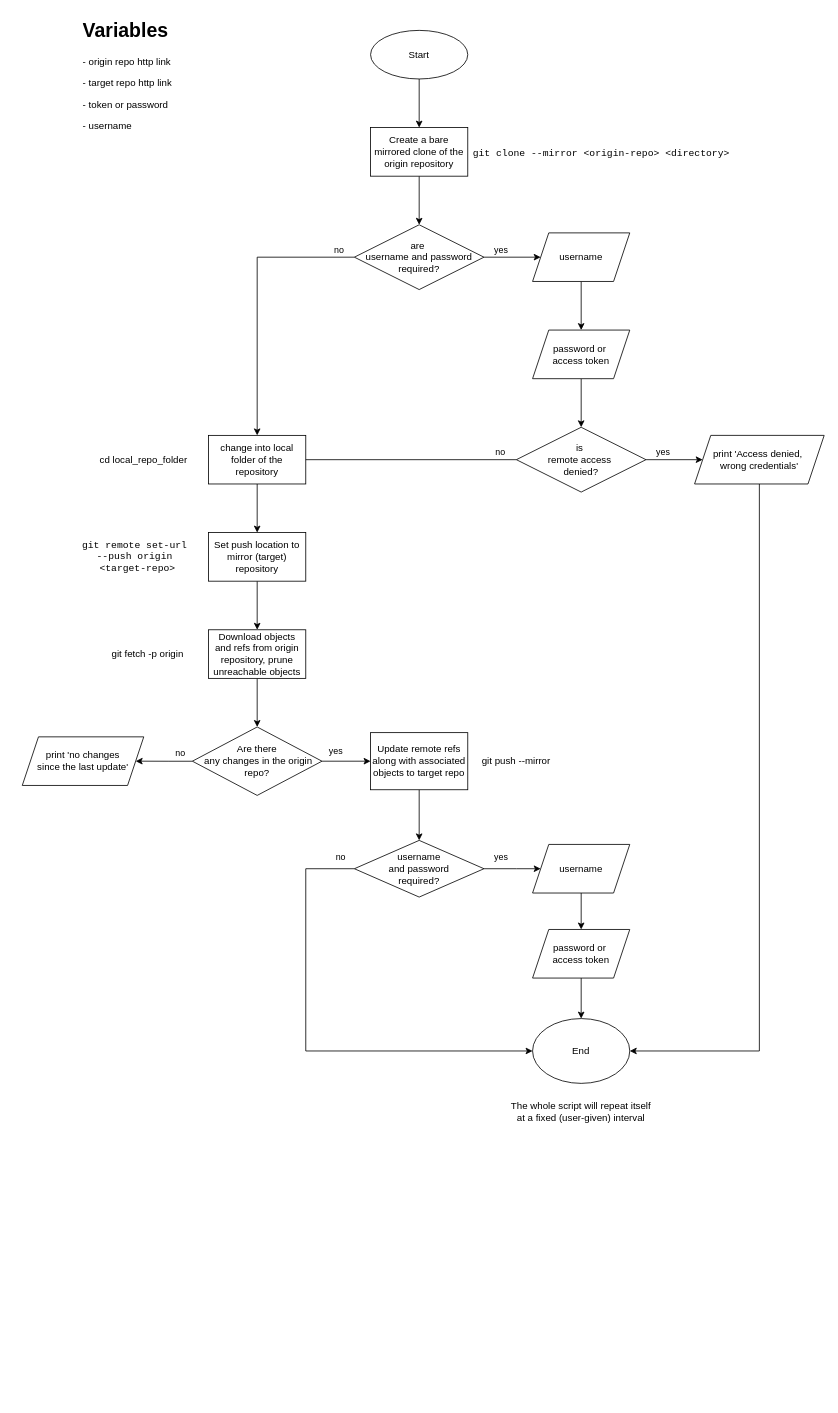
Before: flowchart/git-mirror.drawio in raphi-tech/git-mirror, a draw.io diagram. Source tidied: cells renumbered, new cells numbered last; positions are measured from the earlier drawing's top-left corner, leaving out a move shared by most shapes. Both pictures are drawn from the tidied source at 81%, with x=0, y=0 at pixel (22, 14).
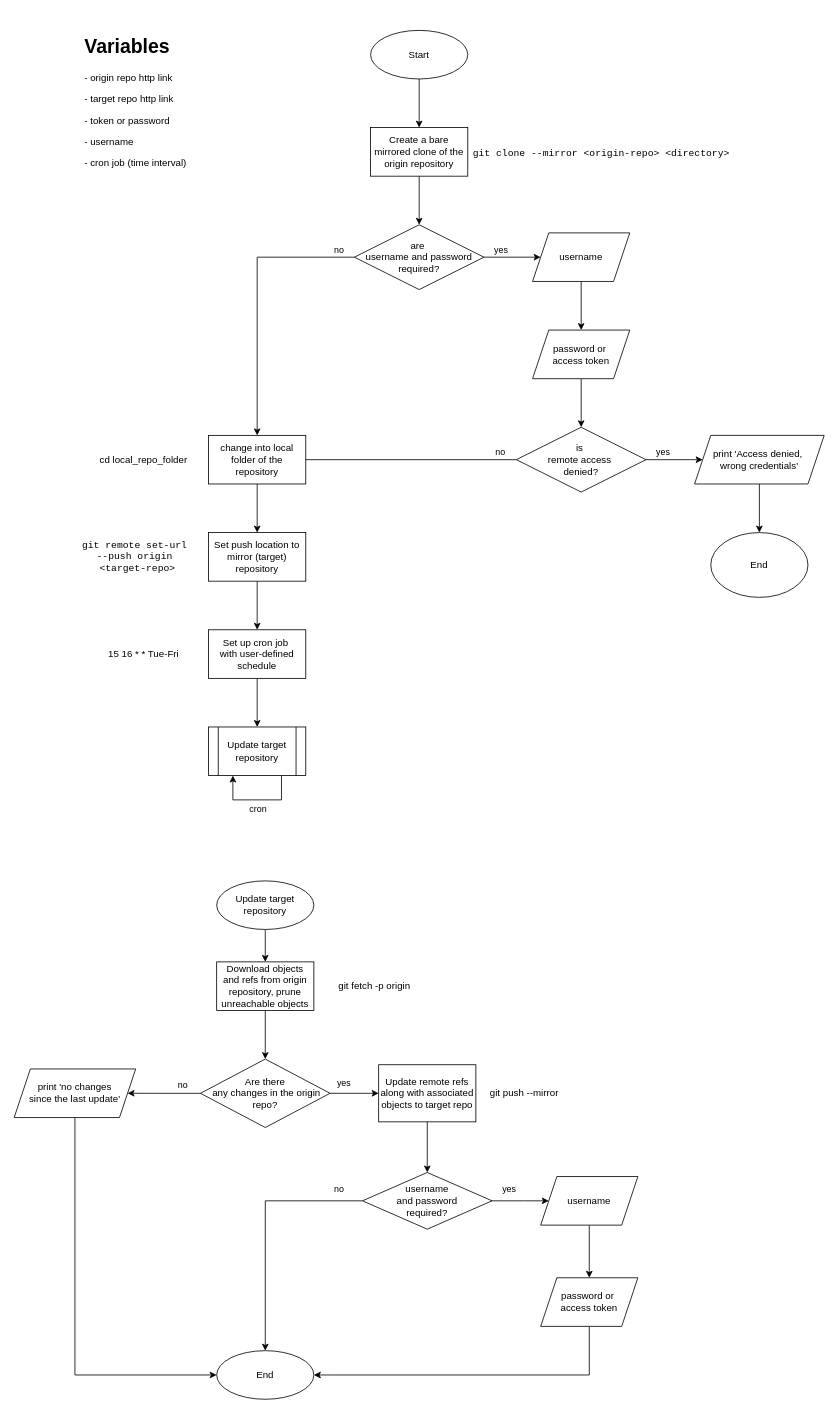
The same diagram, later.

The change refers to these unchanged cells:
```xml
<mxCell id="21" value="&lt;div&gt;print 'Access denied,&amp;nbsp;&lt;/div&gt;&lt;div&gt;wrong credentials'&lt;/div&gt;" style="shape=parallelogram;perimeter=parallelogramPerimeter;whiteSpace=wrap;html=1;fixedSize=1;" parent="1" vertex="1">
  <mxGeometry x="830" y="520" width="160" height="60" as="geometry" />
</mxCell>
<mxCell id="28" value="Set push location to mirror (target) repository" style="rounded=0;whiteSpace=wrap;html=1;" parent="1" vertex="1">
  <mxGeometry x="230" y="640" width="120" height="60" as="geometry" />
</mxCell>
```

What changed in the source:
```diff
@@
     <mxCell id="5" value="&lt;div&gt;Download objects&lt;/div&gt;&lt;div&gt;and refs from origin repository, prune unreachable objects&lt;/div&gt;" style="rounded=0;whiteSpace=wrap;html=1;" parent="1" vertex="1">
-      <mxGeometry x="230" y="760" width="120" height="60" as="geometry" />
+      <mxGeometry x="240" y="1170" width="120" height="60" as="geometry" />
     </mxCell>
@@
-    <mxCell id="20" style="edgeStyle=orthogonalEdgeStyle;rounded=0;jettySize=auto;html=1;entryX=1;entryY=0.5;entryDx=0;entryDy=0;exitX=0.5;exitY=1;exitDx=0;exitDy=0;" parent="1" edge="1" source="21" target="44">
-      <mxGeometry relative="1" as="geometry">
-        <Array as="points">
-          <mxPoint x="910" y="1280" />
-        </Array>
-      </mxGeometry>
+    <mxCell id="20" style="edgeStyle=orthogonalEdgeStyle;rounded=0;jettySize=auto;html=1;" parent="1" edge="1" source="21" target="44">
+      <mxGeometry relative="1" as="geometry" />
     </mxCell>
@@
     <mxCell id="22" value="git fetch -p origin" style="text;html=1;align=center;verticalAlign=middle;whiteSpace=wrap;rounded=0;" parent="1" vertex="1">
-      <mxGeometry x="100" y="775" width="110" height="30" as="geometry" />
+      <mxGeometry x="380" y="1185" width="110" height="30" as="geometry" />
     </mxCell>
@@
     <mxCell id="26" value="&lt;div&gt;Are there&lt;/div&gt;&lt;div&gt;&amp;nbsp;any&amp;nbsp;changes in the origin&lt;/div&gt;&lt;div&gt;repo?&lt;/div&gt;" style="rhombus;whiteSpace=wrap;html=1;" parent="1" vertex="1">
-      <mxGeometry x="210" y="880" width="160" height="84.5" as="geometry" />
+      <mxGeometry x="220" y="1290" width="160" height="84.5" as="geometry" />
     </mxCell>
-    <mxCell id="27" style="edgeStyle=orthogonalEdgeStyle;rounded=0;jettySize=auto;html=1;entryX=0.5;entryY=0;entryDx=0;entryDy=0;" parent="1" edge="1" source="28" target="5">
-      <mxGeometry relative="1" as="geometry" />
-    </mxCell>
+    <mxCell id="52" style="edgeStyle=orthogonalEdgeStyle;rounded=0;jettySize=auto;html=1;" parent="1" edge="1" source="28" target="57">
+      <mxGeometry relative="1" as="geometry" />
+    </mxCell>
@@
     <mxCell id="33" value="Update remote refs along with associated objects to target repo" style="rounded=0;whiteSpace=wrap;html=1;" parent="1" vertex="1">
-      <mxGeometry x="430" y="887" width="120" height="70.5" as="geometry" />
+      <mxGeometry x="440" y="1297" width="120" height="70.5" as="geometry" />
     </mxCell>
     <mxCell id="34" value="&lt;div&gt;git push --mirror&lt;/div&gt;" style="text;html=1;align=center;verticalAlign=middle;whiteSpace=wrap;rounded=0;" parent="1" vertex="1">
-      <mxGeometry x="560" y="907.2" width="100" height="30" as="geometry" />
+      <mxGeometry x="570" y="1317.2" width="100" height="30" as="geometry" />
     </mxCell>
     <mxCell id="35" style="edgeStyle=orthogonalEdgeStyle;rounded=0;jettySize=auto;html=1;exitX=1;exitY=0.5;exitDx=0;exitDy=0;" parent="1" edge="1" source="39" target="41">
       <mxGeometry relative="1" as="geometry">
         <Array as="points">
-          <mxPoint x="610" y="1055" />
-          <mxPoint x="610" y="1055" />
+          <mxPoint x="620" y="1465" />
+          <mxPoint x="620" y="1465" />
         </Array>
       </mxGeometry>
     </mxCell>
@@
-    <mxCell id="37" style="edgeStyle=orthogonalEdgeStyle;rounded=0;jettySize=auto;html=1;exitX=0;exitY=0.5;exitDx=0;exitDy=0;entryX=0;entryY=0.5;entryDx=0;entryDy=0;" parent="1" edge="1" source="39" target="44">
-      <mxGeometry relative="1" as="geometry">
-        <Array as="points">
-          <mxPoint x="350" y="1055" />
-          <mxPoint x="350" y="1280" />
-        </Array>
-      </mxGeometry>
-    </mxCell>
+    <mxCell id="53" style="edgeStyle=orthogonalEdgeStyle;rounded=0;jettySize=auto;html=1;entryX=0.5;entryY=0;entryDx=0;entryDy=0;" parent="1" edge="1" source="39" target="63">
+      <mxGeometry relative="1" as="geometry" />
+    </mxCell>
-    <mxCell id="38" value="no" style="edgeLabel;html=1;align=center;verticalAlign=middle;" parent="37" vertex="1">
-      <mxGeometry x="-0.88" y="-2" relative="1" as="geometry">
-        <mxPoint x="16" y="-13" as="offset" />
+    <mxCell id="38" value="no" style="edgeLabel;html=1;align=center;verticalAlign=middle;" parent="53" vertex="1">
+      <mxGeometry x="-0.72" y="-1" relative="1" as="geometry">
+        <mxPoint x="13" y="-14" as="offset" />
       </mxGeometry>
     </mxCell>
     <mxCell id="39" value="&lt;div&gt;username&lt;/div&gt;&lt;div&gt;and password&lt;/div&gt;&lt;div&gt;required?&lt;/div&gt;" style="rhombus;whiteSpace=wrap;html=1;" parent="1" vertex="1">
-      <mxGeometry x="410" y="1020" width="160" height="70" as="geometry" />
+      <mxGeometry x="420" y="1430" width="160" height="70" as="geometry" />
     </mxCell>
@@
     <mxCell id="41" value="username" style="shape=parallelogram;perimeter=parallelogramPerimeter;whiteSpace=wrap;html=1;fixedSize=1;" parent="1" vertex="1">
-      <mxGeometry x="630" y="1025" width="120" height="60" as="geometry" />
+      <mxGeometry x="640" y="1435" width="120" height="60" as="geometry" />
     </mxCell>
-    <mxCell id="42" style="edgeStyle=orthogonalEdgeStyle;rounded=0;jettySize=auto;html=1;entryX=0.5;entryY=0;entryDx=0;entryDy=0;exitX=0.5;exitY=1;exitDx=0;exitDy=0;" parent="1" edge="1" source="43" target="44">
-      <mxGeometry relative="1" as="geometry" />
-    </mxCell>
+    <mxCell id="54" style="edgeStyle=orthogonalEdgeStyle;rounded=0;jettySize=auto;html=1;entryX=1;entryY=0.5;entryDx=0;entryDy=0;" parent="1" edge="1" source="43" target="63">
+      <mxGeometry relative="1" as="geometry">
+        <Array as="points">
+          <mxPoint x="700" y="1680" />
+          <mxPoint x="380" y="1680" />
+        </Array>
+      </mxGeometry>
+    </mxCell>
     <mxCell id="43" value="&lt;div&gt;password or&amp;nbsp;&lt;/div&gt;&lt;div&gt;access token&lt;/div&gt;" style="shape=parallelogram;perimeter=parallelogramPerimeter;whiteSpace=wrap;html=1;fixedSize=1;" parent="1" vertex="1">
-      <mxGeometry x="630" y="1130" width="120" height="60" as="geometry" />
+      <mxGeometry x="640" y="1560" width="120" height="60" as="geometry" />
     </mxCell>
     <mxCell id="44" value="End" style="ellipse;whiteSpace=wrap;html=1;" parent="1" vertex="1">
-      <mxGeometry x="630" y="1240" width="120" height="80" as="geometry" />
+      <mxGeometry x="850" y="640" width="120" height="80" as="geometry" />
     </mxCell>
@@
-    <mxCell id="49" value="&lt;h1 style=&quot;margin-top: 0px;&quot;&gt;Variables&lt;/h1&gt;&lt;p&gt;- origin repo http link&lt;/p&gt;&lt;p&gt;- target repo http link&lt;/p&gt;&lt;p&gt;- token or password&lt;/p&gt;&lt;p&gt;- username&lt;/p&gt;" style="text;html=1;whiteSpace=wrap;overflow=hidden;rounded=0;" parent="1" vertex="1">
-      <mxGeometry x="72.5" width="177.5" height="150" as="geometry" />
+    <mxCell id="49" value="&lt;h1 style=&quot;margin-top: 0px;&quot;&gt;Variables&lt;/h1&gt;&lt;p&gt;- origin repo http link&lt;/p&gt;&lt;p&gt;- target repo http link&lt;/p&gt;&lt;p&gt;- token or password&lt;/p&gt;&lt;p&gt;- username&lt;/p&gt;&lt;p&gt;- cron job (time interval)&lt;/p&gt;" style="text;html=1;whiteSpace=wrap;overflow=hidden;rounded=0;" parent="1" vertex="1">
+      <mxGeometry x="75" y="20" width="247.5" height="210" as="geometry" />
     </mxCell>
+    <mxCell id="55" style="edgeStyle=orthogonalEdgeStyle;rounded=0;jettySize=auto;html=1;entryX=0;entryY=0.5;entryDx=0;entryDy=0;exitX=0.5;exitY=1;exitDx=0;exitDy=0;" parent="1" edge="1" source="50" target="63">
+      <mxGeometry relative="1" as="geometry">
+        <Array as="points">
+          <mxPoint x="65" y="1680" />
+        </Array>
+      </mxGeometry>
+    </mxCell>
     <mxCell id="50" value="&lt;div&gt;print 'no changes&lt;/div&gt;&lt;div&gt;since the last update'&lt;/div&gt;" style="shape=parallelogram;perimeter=parallelogramPerimeter;whiteSpace=wrap;html=1;fixedSize=1;" parent="1" vertex="1">
-      <mxGeometry y="892.2" width="150" height="60" as="geometry" />
+      <mxGeometry x="-10" y="1302.2" width="150" height="60" as="geometry" />
     </mxCell>
-    <mxCell id="51" value="The whole script will repeat itself at a fixed (user-given) interval" style="text;html=1;align=center;verticalAlign=middle;whiteSpace=wrap;rounded=0;" parent="1" vertex="1">
-      <mxGeometry x="600" y="1340" width="180" height="30" as="geometry" />
+    <mxCell id="51" value="15 16 * * Tue-Fri" style="text;html=1;align=center;verticalAlign=middle;whiteSpace=wrap;rounded=0;" parent="1" vertex="1">
+      <mxGeometry x="85" y="775" width="130" height="30" as="geometry" />
     </mxCell>
+    <mxCell id="56" style="edgeStyle=orthogonalEdgeStyle;rounded=0;jettySize=auto;html=1;" parent="1" edge="1" source="57" target="58">
+      <mxGeometry relative="1" as="geometry" />
+    </mxCell>
+    <mxCell id="57" value="&lt;div&gt;Set up cron job&amp;nbsp;&lt;/div&gt;&lt;div&gt;with user-defined schedule&lt;/div&gt;" style="rounded=0;whiteSpace=wrap;html=1;" parent="1" vertex="1">
+      <mxGeometry x="230" y="760" width="120" height="60" as="geometry" />
+    </mxCell>
+    <mxCell id="58" value="Update target repository" style="shape=process;whiteSpace=wrap;html=1;backgroundOutline=1;" parent="1" vertex="1">
+      <mxGeometry x="230" y="880" width="120" height="60" as="geometry" />
+    </mxCell>
+    <mxCell id="59" style="edgeStyle=orthogonalEdgeStyle;rounded=0;jettySize=auto;html=1;" parent="1" edge="1" source="60" target="5">
+      <mxGeometry relative="1" as="geometry" />
+    </mxCell>
+    <mxCell id="60" value="Update target repository" style="ellipse;whiteSpace=wrap;html=1;" parent="1" vertex="1">
+      <mxGeometry x="240" y="1070" width="120" height="60" as="geometry" />
+    </mxCell>
+    <mxCell id="61" style="edgeStyle=orthogonalEdgeStyle;rounded=0;orthogonalLoop=1;jettySize=auto;html=1;entryX=0.25;entryY=1;entryDx=0;entryDy=0;exitX=0.75;exitY=1;exitDx=0;exitDy=0;" parent="1" edge="1" source="58" target="58">
+      <mxGeometry relative="1" as="geometry">
+        <Array as="points">
+          <mxPoint x="320" y="970" />
+          <mxPoint x="260" y="970" />
+        </Array>
+      </mxGeometry>
+    </mxCell>
+    <mxCell id="62" value="cron" style="edgeLabel;html=1;align=center;verticalAlign=middle;" parent="61" vertex="1">
+      <mxGeometry x="-0.07" y="-1" relative="1" as="geometry">
+        <mxPoint x="-4" y="11" as="offset" />
+      </mxGeometry>
+    </mxCell>
+    <mxCell id="63" value="End" style="ellipse;whiteSpace=wrap;html=1;" parent="1" vertex="1">
+      <mxGeometry x="240" y="1650" width="120" height="60" as="geometry" />
+    </mxCell>
```
